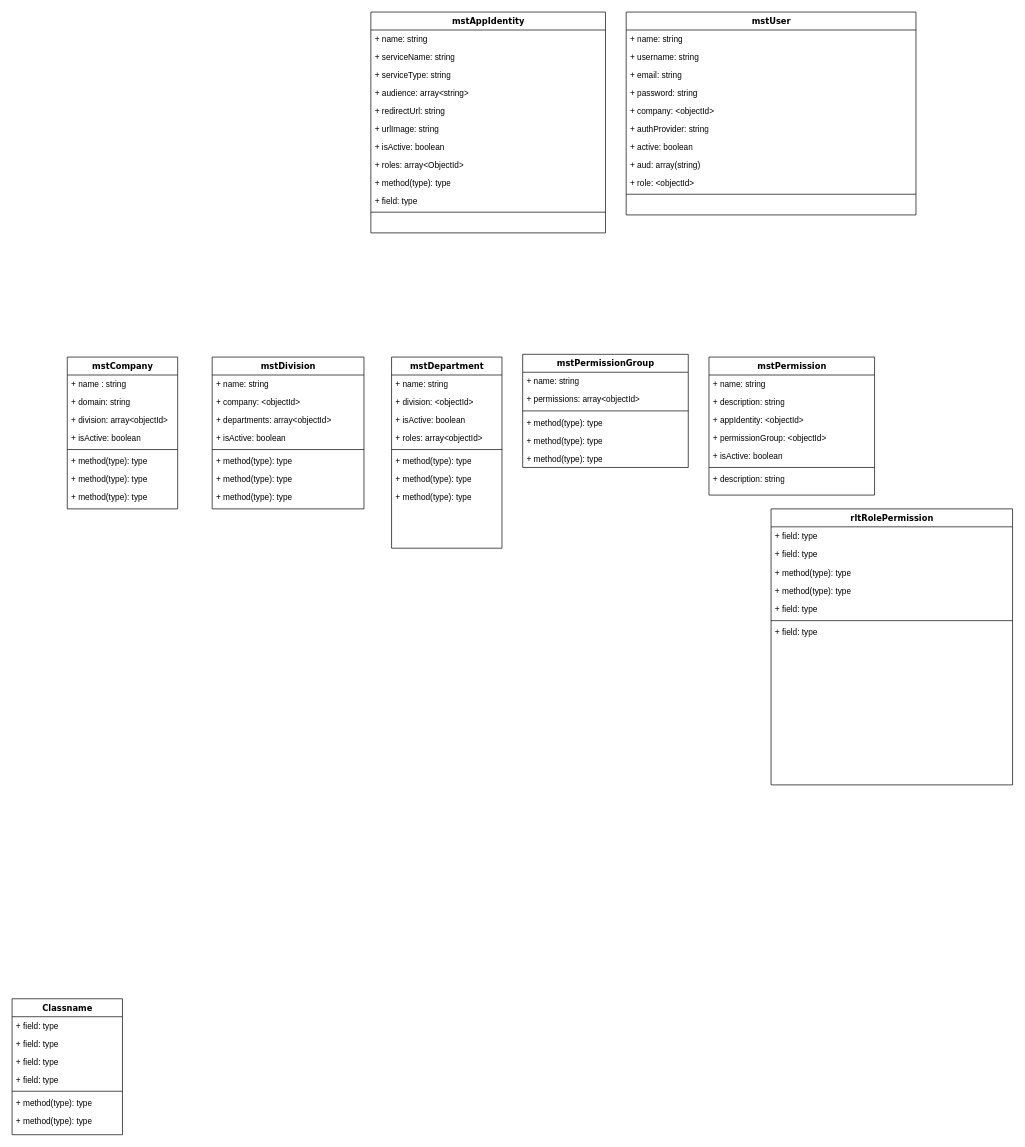
Above: star-sso-api.drawio in CodebarPhantom/aws-diagram (draw.io), before the change. Source tidied: cells renumbered, new cells numbered last; positions are measured from the earlier drawing's top-left corner, leaving out a move shared by most shapes. Both pictures are drawn from the tidied source at 69%, with x=0, y=0 at pixel (12, 12).
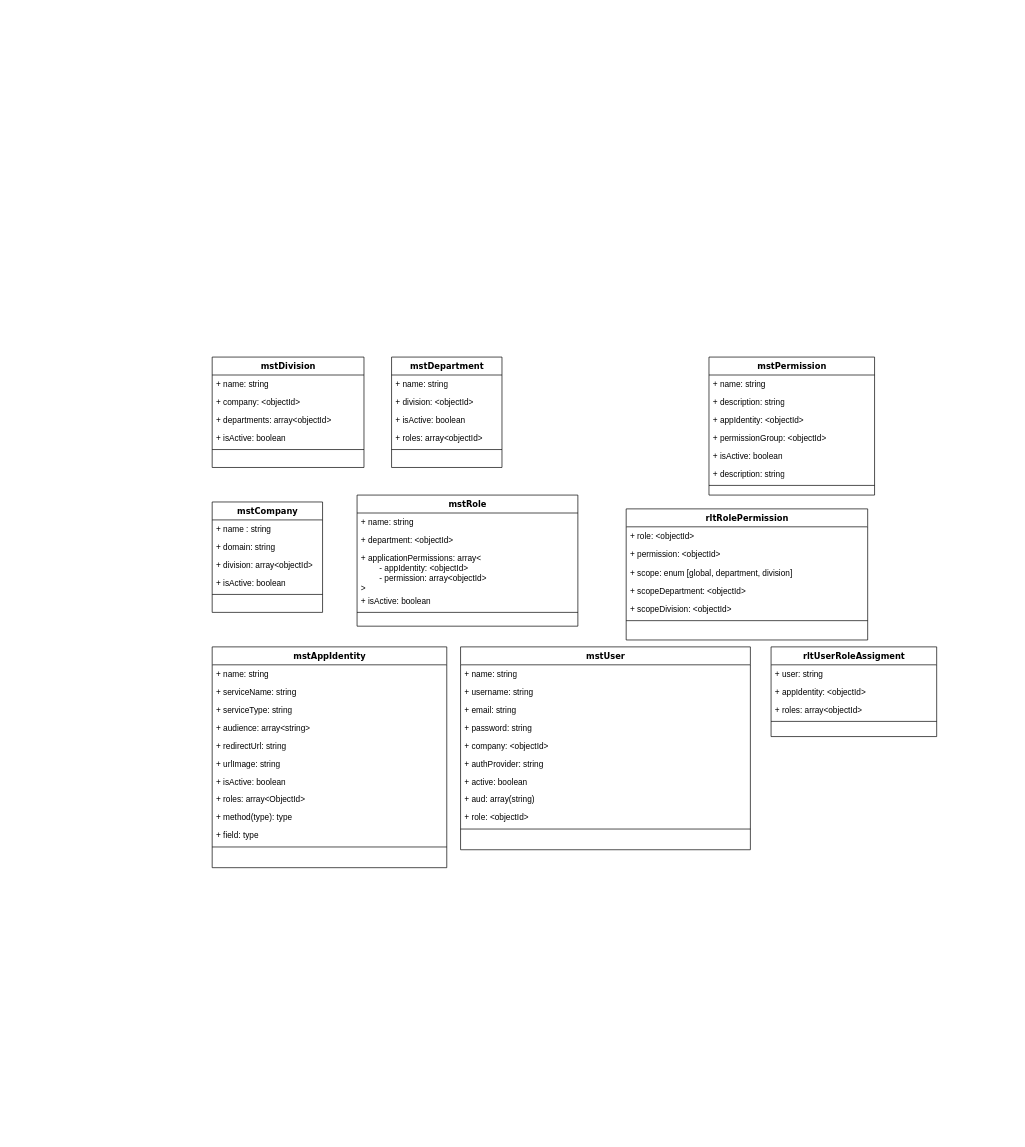
The same diagram, later.

Unchanged cells that the change refers to:
```xml
<mxCell id="75" value="mstPermission" style="swimlane;html=1;fontStyle=1;align=center;verticalAlign=top;horizontal=1;startSize=26;swimlaneFillColor=#ffffff;rounded=0;shadow=0;comic=0;labelBackgroundColor=none;strokeWidth=1;fillColor=none;fontFamily=Verdana;fontSize=12;" parent="1" vertex="1">
  <mxGeometry x="1010" y="500" width="240" height="200" as="geometry" />
</mxCell>
```

The edit, as a diff of the source:
```diff
@@
     <mxCell id="2" value="mstCompany" style="swimlane;html=1;fontStyle=1;align=center;verticalAlign=top;horizontal=1;startSize=26;swimlaneFillColor=#ffffff;rounded=0;shadow=0;comic=0;labelBackgroundColor=none;strokeWidth=1;fillColor=none;fontFamily=Verdana;fontSize=12;" parent="1" vertex="1">
-      <mxGeometry x="80" y="500" width="160" height="220" as="geometry" />
+      <mxGeometry x="290" y="710" width="160" height="160" as="geometry" />
     </mxCell>
@@
-    <mxCell id="8" value="+ method(type): type" style="text;html=1;strokeColor=none;fillColor=none;align=left;verticalAlign=top;spacingLeft=4;spacingRight=4;whiteSpace=wrap;overflow=hidden;" parent="2" vertex="1">
-      <mxGeometry y="138" width="160" height="26" as="geometry" />
-    </mxCell>
-    <mxCell id="9" value="+ method(type): type" style="text;html=1;strokeColor=none;fillColor=none;align=left;verticalAlign=top;spacingLeft=4;spacingRight=4;whiteSpace=wrap;overflow=hidden;" parent="2" vertex="1">
-      <mxGeometry y="164" width="160" height="26" as="geometry" />
-    </mxCell>
-    <mxCell id="10" value="+ method(type): type" style="text;html=1;strokeColor=none;fillColor=none;align=left;verticalAlign=top;spacingLeft=4;spacingRight=4;whiteSpace=wrap;overflow=hidden;" parent="2" vertex="1">
-      <mxGeometry y="190" width="160" height="26" as="geometry" />
-    </mxCell>
     <mxCell id="11" value="mstDepartment" style="swimlane;html=1;fontStyle=1;align=center;verticalAlign=top;horizontal=1;startSize=26;swimlaneFillColor=#ffffff;rounded=0;shadow=0;comic=0;labelBackgroundColor=none;strokeWidth=1;fillColor=none;fontFamily=Verdana;fontSize=12;" parent="1" vertex="1">
-      <mxGeometry x="550" y="500" width="160" height="277" as="geometry" />
+      <mxGeometry x="550" y="500" width="160" height="160" as="geometry" />
     </mxCell>
@@
-    <mxCell id="17" value="+ method(type): type" style="text;html=1;strokeColor=none;fillColor=none;align=left;verticalAlign=top;spacingLeft=4;spacingRight=4;whiteSpace=wrap;overflow=hidden;" parent="11" vertex="1">
-      <mxGeometry y="138" width="160" height="26" as="geometry" />
-    </mxCell>
-    <mxCell id="18" value="+ method(type): type" style="text;html=1;strokeColor=none;fillColor=none;align=left;verticalAlign=top;spacingLeft=4;spacingRight=4;whiteSpace=wrap;overflow=hidden;" parent="11" vertex="1">
-      <mxGeometry y="164" width="160" height="26" as="geometry" />
-    </mxCell>
-    <mxCell id="19" value="+ method(type): type" style="text;html=1;strokeColor=none;fillColor=none;align=left;verticalAlign=top;spacingLeft=4;spacingRight=4;whiteSpace=wrap;overflow=hidden;" parent="11" vertex="1">
-      <mxGeometry y="190" width="160" height="26" as="geometry" />
-    </mxCell>
-    <mxCell id="20" value="Classname" style="swimlane;html=1;fontStyle=1;align=center;verticalAlign=top;horizontal=1;startSize=26;swimlaneFillColor=#ffffff;rounded=0;shadow=0;comic=0;labelBackgroundColor=none;strokeWidth=1;fillColor=none;fontFamily=Verdana;fontSize=12;" parent="1" vertex="1">
-      <mxGeometry y="1430" width="160" height="197" as="geometry" />
+    <mxCell id="20" value="mstRole" style="swimlane;html=1;fontStyle=1;align=center;verticalAlign=top;horizontal=1;startSize=26;swimlaneFillColor=#ffffff;rounded=0;shadow=0;comic=0;labelBackgroundColor=none;strokeWidth=1;fillColor=none;fontFamily=Verdana;fontSize=12;" parent="1" vertex="1">
+      <mxGeometry x="500" y="700" width="320" height="190" as="geometry" />
     </mxCell>
-    <mxCell id="21" value="+ field: type" style="text;html=1;strokeColor=none;fillColor=none;align=left;verticalAlign=top;spacingLeft=4;spacingRight=4;whiteSpace=wrap;overflow=hidden;" parent="20" vertex="1">
-      <mxGeometry y="26" width="160" height="26" as="geometry" />
+    <mxCell id="21" value="+ name: string" style="text;html=1;strokeColor=none;fillColor=none;align=left;verticalAlign=top;spacingLeft=4;spacingRight=4;whiteSpace=wrap;overflow=hidden;" parent="20" vertex="1">
+      <mxGeometry y="26" width="320" height="26" as="geometry" />
     </mxCell>
-    <mxCell id="22" value="+ field: type" style="text;html=1;strokeColor=none;fillColor=none;align=left;verticalAlign=top;spacingLeft=4;spacingRight=4;whiteSpace=wrap;overflow=hidden;" parent="20" vertex="1">
-      <mxGeometry y="52" width="160" height="26" as="geometry" />
+    <mxCell id="22" value="+ department: &amp;lt;objectId&amp;gt;" style="text;html=1;strokeColor=none;fillColor=none;align=left;verticalAlign=top;spacingLeft=4;spacingRight=4;whiteSpace=wrap;overflow=hidden;" parent="20" vertex="1">
+      <mxGeometry y="52" width="320" height="26" as="geometry" />
     </mxCell>
-    <mxCell id="23" value="+ field: type" style="text;html=1;strokeColor=none;fillColor=none;align=left;verticalAlign=top;spacingLeft=4;spacingRight=4;whiteSpace=wrap;overflow=hidden;" parent="20" vertex="1">
-      <mxGeometry y="78" width="160" height="26" as="geometry" />
+    <mxCell id="23" value="+ applicationPermissions: array&amp;lt;&lt;div&gt;&lt;span style=&quot;background-color: transparent; color: light-dark(rgb(0, 0, 0), rgb(255, 255, 255));&quot;&gt;&lt;span style=&quot;white-space: pre;&quot;&gt;&#9;&lt;/span&gt;- appIdentity: &amp;lt;objectId&amp;gt;&lt;/span&gt;&lt;/div&gt;&lt;div&gt;&lt;span style=&quot;background-color: transparent; color: light-dark(rgb(0, 0, 0), rgb(255, 255, 255));&quot;&gt;&lt;span style=&quot;white-space: pre;&quot;&gt;&#9;&lt;/span&gt;- permission: array&amp;lt;objectId&amp;gt;&lt;/span&gt;&lt;/div&gt;&lt;div&gt;&lt;span style=&quot;background-color: transparent; color: light-dark(rgb(0, 0, 0), rgb(255, 255, 255));&quot;&gt;&amp;gt;&amp;nbsp;&lt;/span&gt;&lt;/div&gt;" style="text;html=1;strokeColor=none;fillColor=none;align=left;verticalAlign=top;spacingLeft=4;spacingRight=4;whiteSpace=wrap;overflow=hidden;" parent="20" vertex="1">
+      <mxGeometry y="78" width="320" height="62" as="geometry" />
     </mxCell>
-    <mxCell id="24" value="+ field: type" style="text;html=1;strokeColor=none;fillColor=none;align=left;verticalAlign=top;spacingLeft=4;spacingRight=4;whiteSpace=wrap;overflow=hidden;" parent="20" vertex="1">
-      <mxGeometry y="104" width="160" height="26" as="geometry" />
+    <mxCell id="24" value="+ isActive: boolean" style="text;html=1;strokeColor=none;fillColor=none;align=left;verticalAlign=top;spacingLeft=4;spacingRight=4;whiteSpace=wrap;overflow=hidden;" parent="20" vertex="1">
+      <mxGeometry y="140" width="320" height="26" as="geometry" />
     </mxCell>
     <mxCell id="25" style="line;html=1;strokeWidth=1;fillColor=none;align=left;verticalAlign=middle;spacingTop=-1;spacingLeft=3;spacingRight=3;labelPosition=right;" parent="20" vertex="1">
-      <mxGeometry y="130" width="160" height="8" as="geometry" />
+      <mxGeometry y="166" width="320" height="8" as="geometry" />
     </mxCell>
-    <mxCell id="26" value="+ method(type): type" style="text;html=1;strokeColor=none;fillColor=none;align=left;verticalAlign=top;spacingLeft=4;spacingRight=4;whiteSpace=wrap;overflow=hidden;" parent="20" vertex="1">
-      <mxGeometry y="138" width="160" height="26" as="geometry" />
-    </mxCell>
-    <mxCell id="27" value="+ method(type): type" style="text;html=1;strokeColor=none;fillColor=none;align=left;verticalAlign=top;spacingLeft=4;spacingRight=4;whiteSpace=wrap;overflow=hidden;" parent="20" vertex="1">
-      <mxGeometry y="164" width="160" height="26" as="geometry" />
-    </mxCell>
     <mxCell id="28" value="mstDivision" style="swimlane;html=1;fontStyle=1;align=center;verticalAlign=top;horizontal=1;startSize=26;swimlaneFillColor=#ffffff;rounded=0;shadow=0;comic=0;labelBackgroundColor=none;strokeWidth=1;fillColor=none;fontFamily=Verdana;fontSize=12;" parent="1" vertex="1">
-      <mxGeometry x="290" y="500" width="220" height="220" as="geometry" />
+      <mxGeometry x="290" y="500" width="220" height="160" as="geometry" />
     </mxCell>
@@
-    <mxCell id="34" value="+ method(type): type" style="text;html=1;strokeColor=none;fillColor=none;align=left;verticalAlign=top;spacingLeft=4;spacingRight=4;whiteSpace=wrap;overflow=hidden;" parent="28" vertex="1">
-      <mxGeometry y="138" width="220" height="26" as="geometry" />
-    </mxCell>
-    <mxCell id="35" value="+ method(type): type" style="text;html=1;strokeColor=none;fillColor=none;align=left;verticalAlign=top;spacingLeft=4;spacingRight=4;whiteSpace=wrap;overflow=hidden;" parent="28" vertex="1">
-      <mxGeometry y="164" width="220" height="26" as="geometry" />
-    </mxCell>
-    <mxCell id="36" value="+ method(type): type" style="text;html=1;strokeColor=none;fillColor=none;align=left;verticalAlign=top;spacingLeft=4;spacingRight=4;whiteSpace=wrap;overflow=hidden;" parent="28" vertex="1">
-      <mxGeometry y="190" width="220" height="26" as="geometry" />
-    </mxCell>
-    <mxCell id="37" value="mstPermissionGroup&lt;div&gt;&lt;br&gt;&lt;/div&gt;" style="swimlane;html=1;fontStyle=1;align=center;verticalAlign=top;horizontal=1;startSize=26;swimlaneFillColor=#ffffff;rounded=0;shadow=0;comic=0;labelBackgroundColor=none;strokeWidth=1;fillColor=none;fontFamily=Verdana;fontSize=12;" parent="1" vertex="1">
-      <mxGeometry x="740" y="496" width="240" height="164" as="geometry" />
+    <mxCell id="37" value="&lt;div&gt;rltUserRoleAssigment&lt;/div&gt;" style="swimlane;html=1;fontStyle=1;align=center;verticalAlign=top;horizontal=1;startSize=26;swimlaneFillColor=#ffffff;rounded=0;shadow=0;comic=0;labelBackgroundColor=none;strokeWidth=1;fillColor=none;fontFamily=Verdana;fontSize=12;" parent="1" vertex="1">
+      <mxGeometry x="1100" y="920" width="240" height="130" as="geometry" />
     </mxCell>
-    <mxCell id="38" value="+ name: string" style="text;html=1;strokeColor=none;fillColor=none;align=left;verticalAlign=top;spacingLeft=4;spacingRight=4;whiteSpace=wrap;overflow=hidden;" parent="37" vertex="1">
+    <mxCell id="38" value="+ user: string" style="text;html=1;strokeColor=none;fillColor=none;align=left;verticalAlign=top;spacingLeft=4;spacingRight=4;whiteSpace=wrap;overflow=hidden;" parent="37" vertex="1">
       <mxGeometry y="26" width="240" height="26" as="geometry" />
     </mxCell>
-    <mxCell id="39" value="+ permissions: array&amp;lt;objectId&amp;gt;" style="text;html=1;strokeColor=none;fillColor=none;align=left;verticalAlign=top;spacingLeft=4;spacingRight=4;whiteSpace=wrap;overflow=hidden;" parent="37" vertex="1">
+    <mxCell id="39" value="+ appIdentity: &amp;lt;objectId&amp;gt;" style="text;html=1;strokeColor=none;fillColor=none;align=left;verticalAlign=top;spacingLeft=4;spacingRight=4;whiteSpace=wrap;overflow=hidden;" parent="37" vertex="1">
       <mxGeometry y="52" width="240" height="26" as="geometry" />
     </mxCell>
+    <mxCell id="83" value="+ roles: array&amp;lt;objectId&amp;gt;" style="text;html=1;strokeColor=none;fillColor=none;align=left;verticalAlign=top;spacingLeft=4;spacingRight=4;whiteSpace=wrap;overflow=hidden;" parent="37" vertex="1">
+      <mxGeometry y="78" width="240" height="26" as="geometry" />
+    </mxCell>
     <mxCell id="40" style="line;html=1;strokeWidth=1;fillColor=none;align=left;verticalAlign=middle;spacingTop=-1;spacingLeft=3;spacingRight=3;labelPosition=right;" parent="37" vertex="1">
-      <mxGeometry y="78" width="240" height="8" as="geometry" />
+      <mxGeometry y="104" width="240" height="8" as="geometry" />
     </mxCell>
-    <mxCell id="41" value="+ method(type): type" style="text;html=1;strokeColor=none;fillColor=none;align=left;verticalAlign=top;spacingLeft=4;spacingRight=4;whiteSpace=wrap;overflow=hidden;" parent="37" vertex="1">
-      <mxGeometry y="86" width="240" height="26" as="geometry" />
-    </mxCell>
-    <mxCell id="42" value="+ method(type): type" style="text;html=1;strokeColor=none;fillColor=none;align=left;verticalAlign=top;spacingLeft=4;spacingRight=4;whiteSpace=wrap;overflow=hidden;" parent="37" vertex="1">
-      <mxGeometry y="112" width="240" height="26" as="geometry" />
-    </mxCell>
-    <mxCell id="43" value="+ method(type): type" style="text;html=1;strokeColor=none;fillColor=none;align=left;verticalAlign=top;spacingLeft=4;spacingRight=4;whiteSpace=wrap;overflow=hidden;" parent="37" vertex="1">
-      <mxGeometry y="138" width="240" height="26" as="geometry" />
-    </mxCell>
     <mxCell id="44" value="mstAppIdentity" style="swimlane;html=1;fontStyle=1;align=center;verticalAlign=top;horizontal=1;startSize=26;swimlaneFillColor=#ffffff;rounded=0;shadow=0;comic=0;labelBackgroundColor=none;strokeWidth=1;fillColor=none;fontFamily=Verdana;fontSize=12;" parent="1" vertex="1">
-      <mxGeometry x="520" width="340" height="320" as="geometry" />
+      <mxGeometry x="290" y="920" width="340" height="320" as="geometry" />
     </mxCell>
@@
     <mxCell id="56" value="mstUser" style="swimlane;html=1;fontStyle=1;align=center;verticalAlign=top;horizontal=1;startSize=26;swimlaneFillColor=#ffffff;rounded=0;shadow=0;comic=0;labelBackgroundColor=none;strokeWidth=1;fillColor=none;fontFamily=Verdana;fontSize=12;" parent="1" vertex="1">
-      <mxGeometry x="890" width="420" height="294" as="geometry" />
+      <mxGeometry x="650" y="920" width="420" height="294" as="geometry" />
     </mxCell>
@@
     <mxCell id="67" value="rltRolePermission" style="swimlane;html=1;fontStyle=1;align=center;verticalAlign=top;horizontal=1;startSize=26;swimlaneFillColor=#ffffff;rounded=0;shadow=0;comic=0;labelBackgroundColor=none;strokeWidth=1;fillColor=none;fontFamily=Verdana;fontSize=12;" parent="1" vertex="1">
-      <mxGeometry x="1100" y="720" width="350" height="400" as="geometry" />
+      <mxGeometry x="890" y="720" width="350" height="190" as="geometry" />
     </mxCell>
-    <mxCell id="68" value="+ field: type" style="text;html=1;strokeColor=none;fillColor=none;align=left;verticalAlign=top;spacingLeft=4;spacingRight=4;whiteSpace=wrap;overflow=hidden;" parent="67" vertex="1">
+    <mxCell id="68" value="+ role: &amp;lt;objectId&amp;gt;" style="text;html=1;strokeColor=none;fillColor=none;align=left;verticalAlign=top;spacingLeft=4;spacingRight=4;whiteSpace=wrap;overflow=hidden;" parent="67" vertex="1">
       <mxGeometry y="26" width="350" height="26" as="geometry" />
     </mxCell>
-    <mxCell id="69" value="+ field: type" style="text;html=1;strokeColor=none;fillColor=none;align=left;verticalAlign=top;spacingLeft=4;spacingRight=4;whiteSpace=wrap;overflow=hidden;" parent="67" vertex="1">
+    <mxCell id="69" value="+ permission: &amp;lt;objectId&amp;gt;" style="text;html=1;strokeColor=none;fillColor=none;align=left;verticalAlign=top;spacingLeft=4;spacingRight=4;whiteSpace=wrap;overflow=hidden;" parent="67" vertex="1">
       <mxGeometry y="52" width="350" height="28" as="geometry" />
     </mxCell>
-    <mxCell id="70" value="+ method(type): type" style="text;html=1;strokeColor=none;fillColor=none;align=left;verticalAlign=top;spacingLeft=4;spacingRight=4;whiteSpace=wrap;overflow=hidden;" parent="67" vertex="1">
+    <mxCell id="70" value="+ scope: enum [global, department, division]" style="text;html=1;strokeColor=none;fillColor=none;align=left;verticalAlign=top;spacingLeft=4;spacingRight=4;whiteSpace=wrap;overflow=hidden;" parent="67" vertex="1">
       <mxGeometry y="80" width="350" height="26" as="geometry" />
     </mxCell>
-    <mxCell id="71" value="+ method(type): type" style="text;html=1;strokeColor=none;fillColor=none;align=left;verticalAlign=top;spacingLeft=4;spacingRight=4;whiteSpace=wrap;overflow=hidden;" parent="67" vertex="1">
+    <mxCell id="71" value="+ scopeDepartment: &amp;lt;objectId&amp;gt;" style="text;html=1;strokeColor=none;fillColor=none;align=left;verticalAlign=top;spacingLeft=4;spacingRight=4;whiteSpace=wrap;overflow=hidden;" parent="67" vertex="1">
       <mxGeometry y="106" width="350" height="26" as="geometry" />
     </mxCell>
-    <mxCell id="72" value="+ field: type" style="text;html=1;strokeColor=none;fillColor=none;align=left;verticalAlign=top;spacingLeft=4;spacingRight=4;whiteSpace=wrap;overflow=hidden;" parent="67" vertex="1">
+    <mxCell id="72" value="+ scopeDivision: &amp;lt;objectId&amp;gt;" style="text;html=1;strokeColor=none;fillColor=none;align=left;verticalAlign=top;spacingLeft=4;spacingRight=4;whiteSpace=wrap;overflow=hidden;" parent="67" vertex="1">
       <mxGeometry y="132" width="350" height="26" as="geometry" />
     </mxCell>
@@
-    <mxCell id="74" value="+ field: type" style="text;html=1;strokeColor=none;fillColor=none;align=left;verticalAlign=top;spacingLeft=4;spacingRight=4;whiteSpace=wrap;overflow=hidden;" parent="67" vertex="1">
-      <mxGeometry y="166" width="350" height="26" as="geometry" />
-    </mxCell>
@@
+    <mxCell id="82" value="+ description: string" style="text;html=1;strokeColor=none;fillColor=none;align=left;verticalAlign=top;spacingLeft=4;spacingRight=4;whiteSpace=wrap;overflow=hidden;" parent="75" vertex="1">
+      <mxGeometry y="156" width="240" height="26" as="geometry" />
+    </mxCell>
     <mxCell id="81" style="line;html=1;strokeWidth=1;fillColor=none;align=left;verticalAlign=middle;spacingTop=-1;spacingLeft=3;spacingRight=3;labelPosition=right;" parent="75" vertex="1">
-      <mxGeometry y="156" width="240" height="8" as="geometry" />
+      <mxGeometry y="182" width="240" height="8" as="geometry" />
     </mxCell>
-    <mxCell id="82" value="+ description: string" style="text;html=1;strokeColor=none;fillColor=none;align=left;verticalAlign=top;spacingLeft=4;spacingRight=4;whiteSpace=wrap;overflow=hidden;" parent="75" vertex="1">
-      <mxGeometry y="164" width="240" height="26" as="geometry" />
-    </mxCell>
```
